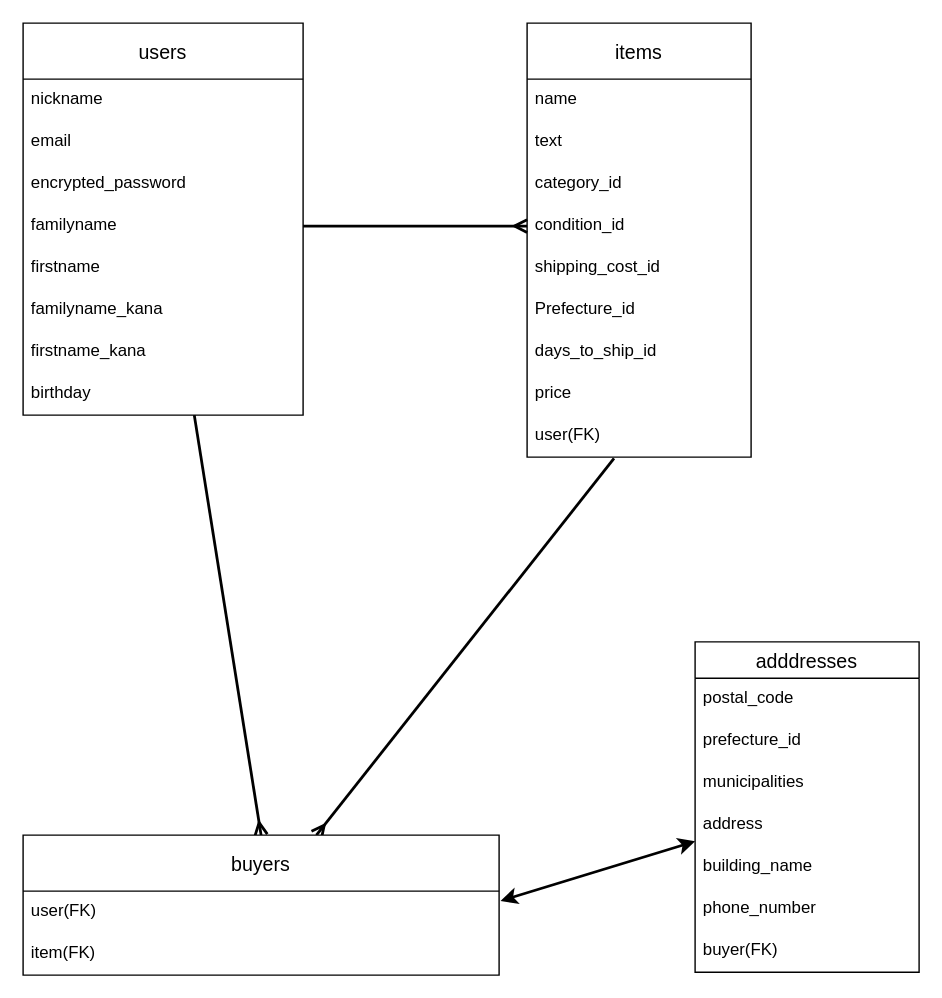
This is ER.dio from nothengineer/furima-33495, a draw.io file, before an edit. Source tidied: cells renumbered, new cells numbered last; positions are measured from the earlier drawing's top-left corner, leaving out a move shared by most shapes. Both pictures are drawn from the tidied source at 140%, with x=0, y=0 at pixel (22, 22).
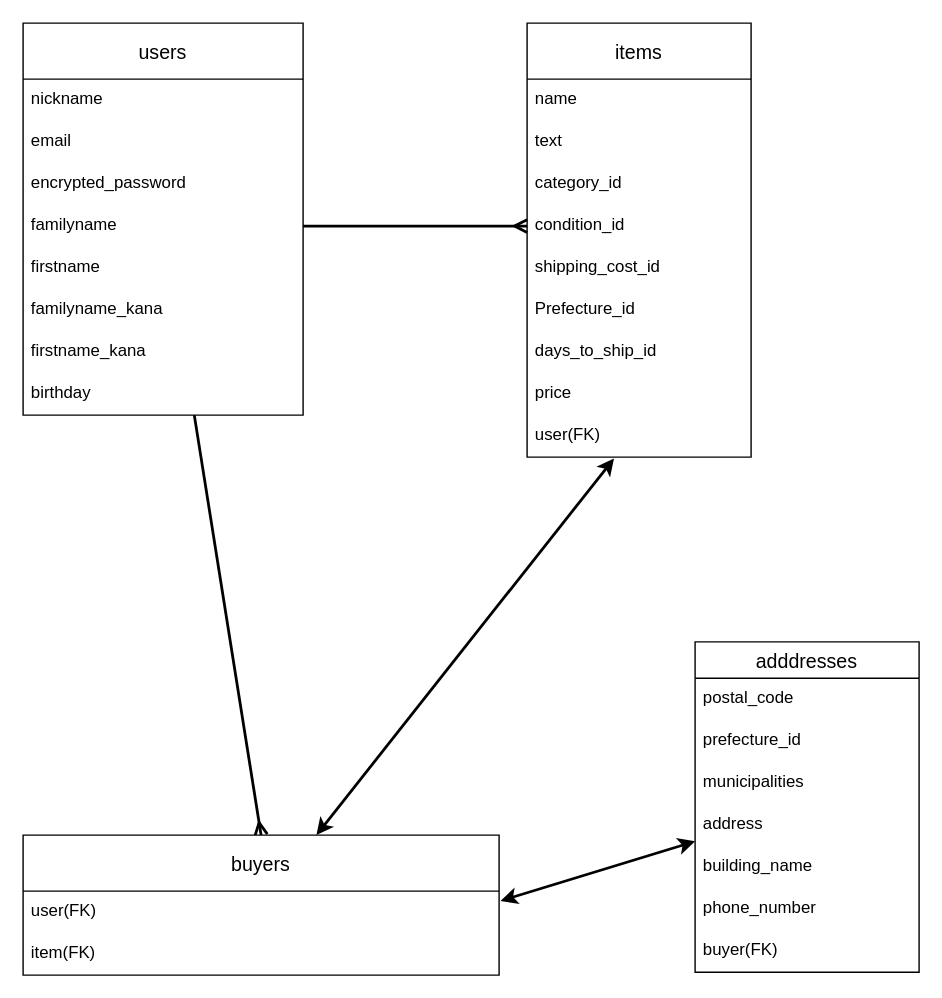
After the change.

Unchanged cells that the change refers to:
```xml
<mxCell id="21" value="user(FK)" style="text;strokeColor=none;fillColor=none;spacingLeft=4;spacingRight=4;overflow=hidden;points=[[0,0.5],[1,0.5]];portConstraint=eastwest;fontSize=12;" parent="12" vertex="1">
  <mxGeometry y="280" width="160" height="30" as="geometry" />
</mxCell>
<mxCell id="23" value="buyers" style="swimlane;fontStyle=0;horizontal=1;startSize=40;align=center;fontSize=14;strokeWidth=1;" parent="1" vertex="1">
  <mxGeometry y="580" width="340" height="100" as="geometry" />
</mxCell>
```

What changed in the source:
```diff
@@
-    <mxCell id="22" style="rounded=0;jettySize=auto;html=1;entryX=0.388;entryY=1.033;entryDx=0;entryDy=0;entryPerimeter=0;endArrow=none;endFill=0;strokeWidth=2;startArrow=ERmany;startFill=0;" parent="1" edge="1" source="23" target="21">
+    <mxCell id="22" style="rounded=0;jettySize=auto;html=1;entryX=0.388;entryY=1.033;entryDx=0;entryDy=0;entryPerimeter=0;endArrow=classic;endFill=1;strokeWidth=2;startArrow=classic;startFill=1;" parent="1" edge="1" source="23" target="21">
       <mxGeometry relative="1" as="geometry" />
     </mxCell>
```
